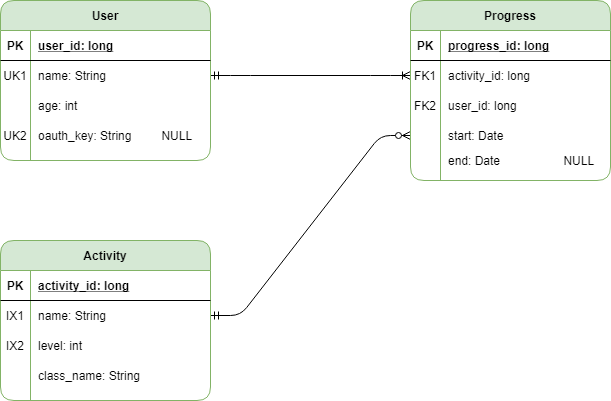
Above: docs/img/erd.png in anhristian/play-numbers (draw.io), before the change. Source tidied: cells renumbered, new cells last; positions are measured from the earlier drawing's top-left corner, leaving out a move shared by most shapes.
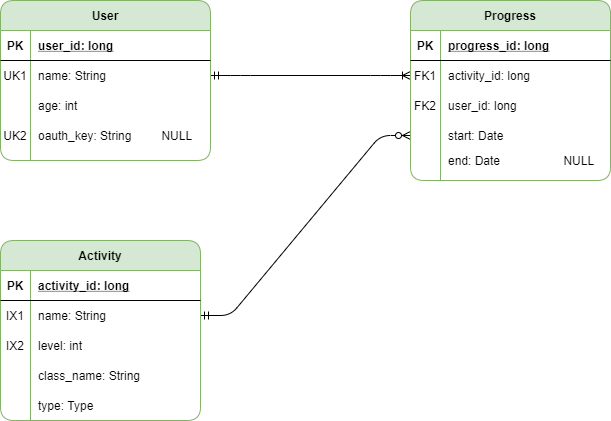
Later version of the same file.

Commit message:
Updated wireframe/erd/ddl file.

Change to the diagram source:
```diff
@@ -12,34 +12,34 @@
       <mxGeometry relative="1" as="geometry" />
     </mxCell>
     <mxCell id="5" value="Activity" style="shape=table;startSize=30;rowLines=0;fontStyle=1;align=center;fillColor=#d5e8d4;strokeColor=#82b366;rounded=1;" parent="1" vertex="1">
-      <mxGeometry y="240" width="210" height="160" as="geometry" />
+      <mxGeometry y="240" width="200" height="180" as="geometry" />
     </mxCell>
     <mxCell id="6" style="shape=partialRectangle;fillColor=none;top=0;left=0;bottom=1;right=0;" parent="5" vertex="1">
-      <mxGeometry y="30" width="210" height="30" as="geometry" />
+      <mxGeometry y="30" width="200" height="30" as="geometry" />
     </mxCell>
     <mxCell id="7" value="PK" style="shape=partialRectangle;fillColor=none;top=0;left=0;bottom=0;right=0;fontStyle=1;overflow=hidden;" parent="6" vertex="1">
       <mxGeometry width="30" height="30" as="geometry" />
     </mxCell>
     <mxCell id="8" value="activity_id: long" style="shape=partialRectangle;fillColor=none;top=0;left=0;bottom=0;right=0;align=left;spacingLeft=6;fontStyle=5;overflow=hidden;" parent="6" vertex="1">
-      <mxGeometry x="30" width="180" height="30" as="geometry" />
+      <mxGeometry x="30" width="170" height="30" as="geometry" />
     </mxCell>
     <mxCell id="9" style="shape=partialRectangle;fillColor=none;top=0;left=0;bottom=0;right=0;points=[[0,0.5],[1,0.5]];portConstraint=eastwest;" parent="5" vertex="1">
-      <mxGeometry y="60" width="210" height="30" as="geometry" />
+      <mxGeometry y="60" width="200" height="30" as="geometry" />
     </mxCell>
     <mxCell id="10" value="IX1" style="shape=partialRectangle;fillColor=none;top=0;left=0;bottom=0;right=0;overflow=hidden;" parent="9" vertex="1">
       <mxGeometry width="30" height="30" as="geometry" />
     </mxCell>
     <mxCell id="11" value="name: String" style="shape=partialRectangle;fillColor=none;top=0;left=0;bottom=0;right=0;align=left;spacingLeft=6;overflow=hidden;" parent="9" vertex="1">
-      <mxGeometry x="30" width="180" height="30" as="geometry" />
+      <mxGeometry x="30" width="170" height="30" as="geometry" />
     </mxCell>
     <mxCell id="12" style="shape=partialRectangle;fillColor=none;top=0;left=0;bottom=0;right=0;" parent="5" vertex="1">
-      <mxGeometry y="90" width="210" height="30" as="geometry" />
+      <mxGeometry y="90" width="200" height="30" as="geometry" />
     </mxCell>
     <mxCell id="13" value="IX2" style="shape=partialRectangle;fillColor=none;top=0;left=0;bottom=0;right=0;overflow=hidden;" parent="12" vertex="1">
       <mxGeometry width="30" height="30" as="geometry" />
     </mxCell>
     <mxCell id="14" value="level: int" style="shape=partialRectangle;fillColor=none;top=0;left=0;bottom=0;right=0;align=left;spacingLeft=6;overflow=hidden;" parent="12" vertex="1">
-      <mxGeometry x="30" width="180" height="30" as="geometry" />
+      <mxGeometry x="30" width="170" height="30" as="geometry" />
     </mxCell>
     <mxCell id="15" value="User" style="shape=table;startSize=30;rowLines=0;fontStyle=1;align=center;fillColor=#d5e8d4;strokeColor=#82b366;rounded=1;" parent="1" vertex="1">
       <mxGeometry width="210" height="160" as="geometry" />
@@ -122,5 +122,8 @@
     <mxCell id="41" value="class_name: String" style="shape=partialRectangle;fillColor=none;top=0;left=0;bottom=0;right=0;align=left;spacingLeft=6;overflow=hidden;" parent="1" vertex="1">
       <mxGeometry x="30" y="360" width="180" height="30" as="geometry" />
     </mxCell>
+    <mxCell id="42" value="type: Type" style="shape=partialRectangle;fillColor=none;top=0;left=0;bottom=0;right=0;align=left;spacingLeft=6;overflow=hidden;" parent="1" vertex="1">
+      <mxGeometry x="30" y="390" width="180" height="30" as="geometry" />
+    </mxCell>
   </root>
 </mxGraphModel>
```
